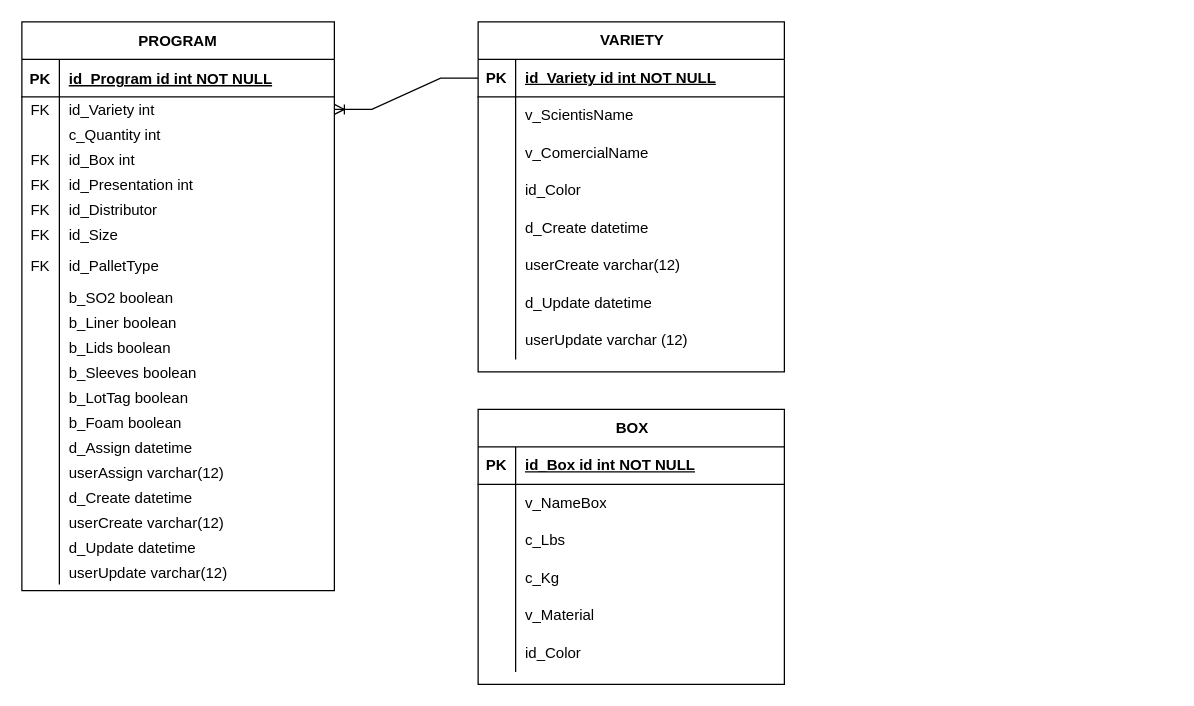
Earlier version of the draw.io diagram DrawIO/DBSisUvex.drawio (OshawkUvex/Diagrams). Source tidied: cells renumbered, new cells numbered last; positions are measured from the earlier drawing's top-left corner, leaving out a move shared by most shapes. Both pictures are drawn from the tidied source at 125%, with x=0, y=0 at pixel (21, 21).
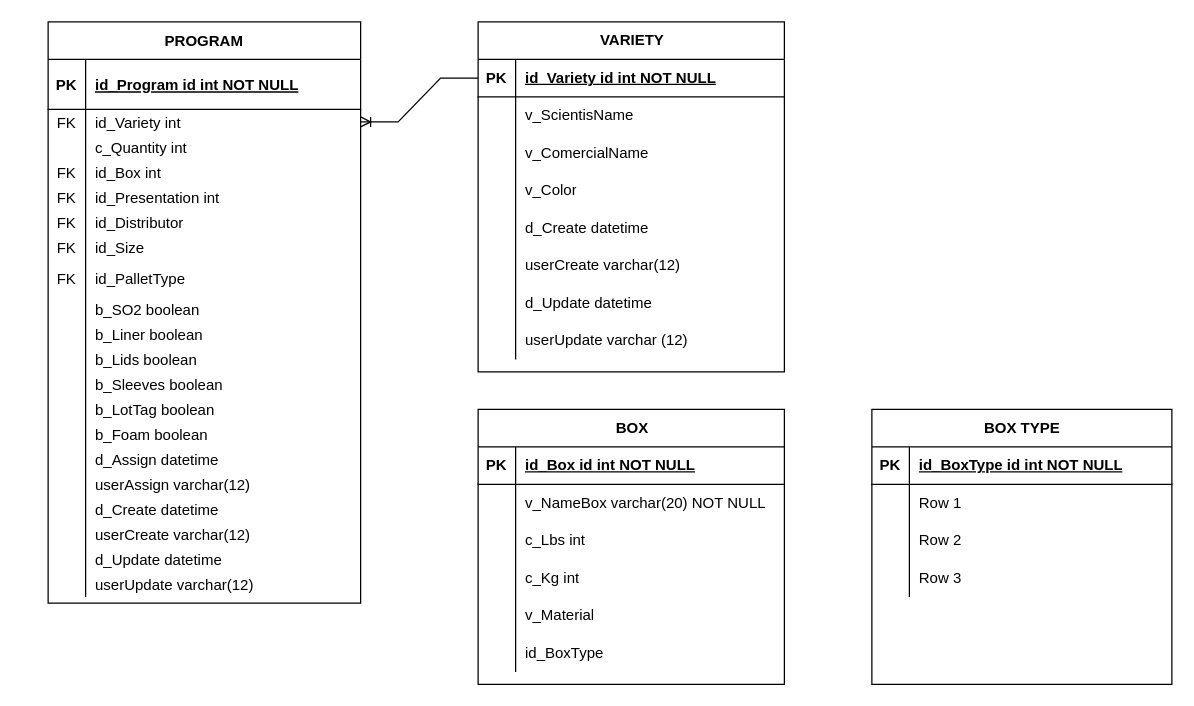
After the change.

Unchanged cells that the change refers to:
```xml
<mxCell id="73" style="shape=tableRow;horizontal=0;startSize=0;swimlaneHead=0;swimlaneBody=0;fillColor=none;top=0;left=0;right=0;bottom=0;" parent="63" vertex="1">
  <mxGeometry y="120" width="245" height="30" as="geometry" />
</mxCell>
<mxCell id="93" style="shape=tableRow;horizontal=0;startSize=0;swimlaneHead=0;swimlaneBody=0;fillColor=none;top=0;left=0;right=0;bottom=0;" parent="89" vertex="1">
  <mxGeometry y="60" width="245" height="30" as="geometry" />
</mxCell>
<mxCell id="96" style="shape=tableRow;horizontal=0;startSize=0;swimlaneHead=0;swimlaneBody=0;fillColor=none;top=0;left=0;right=0;bottom=0;" parent="89" vertex="1">
  <mxGeometry y="90" width="245" height="30" as="geometry" />
</mxCell>
<mxCell id="99" style="shape=tableRow;horizontal=0;startSize=0;swimlaneHead=0;swimlaneBody=0;fillColor=none;top=0;left=0;right=0;bottom=0;" parent="89" vertex="1">
  <mxGeometry y="120" width="245" height="30" as="geometry" />
</mxCell>
<mxCell id="105" style="shape=tableRow;horizontal=0;startSize=0;swimlaneHead=0;swimlaneBody=0;fillColor=none;top=0;left=0;right=0;bottom=0;" parent="89" vertex="1">
  <mxGeometry y="180" width="245" height="30" as="geometry" />
</mxCell>
```

Change to the diagram source:
```diff
@@
     <mxCell id="2" value="PROGRAM" style="shape=table;startSize=30;childLayout=tableLayout;rowLines=0;fontStyle=1;align=center;" parent="1" vertex="1">
-      <mxGeometry width="250" height="455" as="geometry" />
+      <mxGeometry x="21" width="250" height="465" as="geometry" />
     </mxCell>
     <mxCell id="3" style="shape=partialRectangle;fillColor=none;top=0;left=0;right=0;bottom=1;" parent="2" vertex="1">
-      <mxGeometry y="30" width="250" height="30" as="geometry" />
+      <mxGeometry y="30" width="250" height="40" as="geometry" />
     </mxCell>
     <mxCell id="4" value="PK" style="shape=partialRectangle;overflow=hidden;fillColor=none;top=0;left=0;bottom=0;right=0;fontStyle=1;" parent="3" vertex="1">
-      <mxGeometry width="30" height="30" as="geometry" />
+      <mxGeometry width="30" height="40" as="geometry" />
     </mxCell>
     <mxCell id="5" value="id_Program id int NOT NULL" style="shape=partialRectangle;overflow=hidden;fillColor=none;top=0;left=0;bottom=0;right=0;align=left;spacingLeft=6;fontStyle=5;" parent="3" vertex="1">
-      <mxGeometry x="30" width="220" height="30" as="geometry" />
+      <mxGeometry x="30" width="220" height="40" as="geometry" />
     </mxCell>
     <mxCell id="6" style="shape=partialRectangle;fillColor=none;points=[[0,0.5],[1,0.5]];portConstraint=eastwest;top=0;left=0;right=0;bottom=0;" parent="2" vertex="1">
-      <mxGeometry y="60" width="250" height="20" as="geometry" />
+      <mxGeometry y="70" width="250" height="20" as="geometry" />
     </mxCell>
@@
     <mxCell id="9" style="shape=partialRectangle;fillColor=none;top=0;left=0;right=0;bottom=0;" parent="2" vertex="1">
-      <mxGeometry y="80" width="250" height="20" as="geometry" />
+      <mxGeometry y="90" width="250" height="20" as="geometry" />
     </mxCell>
@@
     <mxCell id="12" style="shape=partialRectangle;fillColor=none;top=0;left=0;right=0;bottom=0;" parent="2" vertex="1">
-      <mxGeometry y="100" width="250" height="20" as="geometry" />
+      <mxGeometry y="110" width="250" height="20" as="geometry" />
     </mxCell>
@@
     <mxCell id="15" style="shape=partialRectangle;fillColor=none;top=0;left=0;right=0;bottom=0;" parent="2" vertex="1">
-      <mxGeometry y="120" width="250" height="20" as="geometry" />
+      <mxGeometry y="130" width="250" height="20" as="geometry" />
     </mxCell>
@@
     <mxCell id="18" style="shape=partialRectangle;fillColor=none;top=0;left=0;right=0;bottom=0;" parent="2" vertex="1">
-      <mxGeometry y="140" width="250" height="20" as="geometry" />
+      <mxGeometry y="150" width="250" height="20" as="geometry" />
     </mxCell>
@@
     <mxCell id="21" style="shape=partialRectangle;fillColor=none;top=0;left=0;right=0;bottom=0;" parent="2" vertex="1">
-      <mxGeometry y="160" width="250" height="20" as="geometry" />
+      <mxGeometry y="170" width="250" height="20" as="geometry" />
     </mxCell>
@@
     <mxCell id="24" style="shape=partialRectangle;fillColor=none;top=0;left=0;right=0;bottom=0;" parent="2" vertex="1">
-      <mxGeometry y="180" width="250" height="30" as="geometry" />
+      <mxGeometry y="190" width="250" height="30" as="geometry" />
     </mxCell>
@@
     <mxCell id="27" style="shape=partialRectangle;fillColor=none;top=0;left=0;right=0;bottom=0;" parent="2" vertex="1">
-      <mxGeometry y="210" width="250" height="20" as="geometry" />
+      <mxGeometry y="220" width="250" height="20" as="geometry" />
     </mxCell>
@@
     <mxCell id="30" style="shape=partialRectangle;fillColor=none;top=0;left=0;right=0;bottom=0;" parent="2" vertex="1">
-      <mxGeometry y="230" width="250" height="20" as="geometry" />
+      <mxGeometry y="240" width="250" height="20" as="geometry" />
     </mxCell>
@@
     <mxCell id="33" style="shape=partialRectangle;fillColor=none;top=0;left=0;right=0;bottom=0;" parent="2" vertex="1">
-      <mxGeometry y="250" width="250" height="20" as="geometry" />
+      <mxGeometry y="260" width="250" height="20" as="geometry" />
     </mxCell>
@@
     <mxCell id="36" style="shape=partialRectangle;fillColor=none;top=0;left=0;right=0;bottom=0;" parent="2" vertex="1">
-      <mxGeometry y="270" width="250" height="20" as="geometry" />
+      <mxGeometry y="280" width="250" height="20" as="geometry" />
     </mxCell>
@@
     <mxCell id="39" style="shape=partialRectangle;fillColor=none;top=0;left=0;right=0;bottom=0;" parent="2" vertex="1">
-      <mxGeometry y="290" width="250" height="20" as="geometry" />
+      <mxGeometry y="300" width="250" height="20" as="geometry" />
     </mxCell>
@@
     <mxCell id="42" style="shape=partialRectangle;fillColor=none;top=0;left=0;right=0;bottom=0;" parent="2" vertex="1">
-      <mxGeometry y="310" width="250" height="20" as="geometry" />
+      <mxGeometry y="320" width="250" height="20" as="geometry" />
     </mxCell>
@@
     <mxCell id="45" style="shape=partialRectangle;fillColor=none;top=0;left=0;right=0;bottom=0;" parent="2" vertex="1">
-      <mxGeometry y="330" width="250" height="20" as="geometry" />
+      <mxGeometry y="340" width="250" height="20" as="geometry" />
     </mxCell>
@@
     <mxCell id="48" style="shape=partialRectangle;fillColor=none;top=0;left=0;right=0;bottom=0;" parent="2" vertex="1">
-      <mxGeometry y="350" width="250" height="20" as="geometry" />
+      <mxGeometry y="360" width="250" height="20" as="geometry" />
     </mxCell>
@@
     <mxCell id="51" style="shape=partialRectangle;fillColor=none;top=0;left=0;right=0;bottom=0;" parent="2" vertex="1">
-      <mxGeometry y="370" width="250" height="20" as="geometry" />
+      <mxGeometry y="380" width="250" height="20" as="geometry" />
     </mxCell>
@@
     <mxCell id="54" style="shape=partialRectangle;fillColor=none;top=0;left=0;right=0;bottom=0;" parent="2" vertex="1">
-      <mxGeometry y="390" width="250" height="20" as="geometry" />
+      <mxGeometry y="400" width="250" height="20" as="geometry" />
     </mxCell>
@@
     <mxCell id="57" style="shape=partialRectangle;fillColor=none;top=0;left=0;right=0;bottom=0;" parent="2" vertex="1">
-      <mxGeometry y="410" width="250" height="20" as="geometry" />
+      <mxGeometry y="420" width="250" height="20" as="geometry" />
     </mxCell>
@@
     <mxCell id="60" style="shape=partialRectangle;fillColor=none;top=0;left=0;right=0;bottom=0;" parent="2" vertex="1">
-      <mxGeometry y="430" width="250" height="20" as="geometry" />
+      <mxGeometry y="440" width="250" height="20" as="geometry" />
     </mxCell>
@@
-    <mxCell id="75" value="id_Color" style="shape=partialRectangle;fillColor=none;top=0;left=0;bottom=0;right=0;align=left;spacingLeft=6;overflow=hidden;whiteSpace=wrap;html=1;" parent="73" vertex="1">
+    <mxCell id="75" value="v_Color" style="shape=partialRectangle;fillColor=none;top=0;left=0;bottom=0;right=0;align=left;spacingLeft=6;overflow=hidden;whiteSpace=wrap;html=1;" parent="73" vertex="1">
       <mxGeometry x="30" width="215" height="30" as="geometry" />
     </mxCell>
@@
-    <mxCell id="95" value="v_NameBox" style="shape=partialRectangle;fillColor=none;top=0;left=0;bottom=0;right=0;align=left;spacingLeft=6;overflow=hidden;whiteSpace=wrap;html=1;" parent="93" vertex="1">
+    <mxCell id="95" value="v_NameBox varchar(20) NOT NULL" style="shape=partialRectangle;fillColor=none;top=0;left=0;bottom=0;right=0;align=left;spacingLeft=6;overflow=hidden;whiteSpace=wrap;html=1;" parent="93" vertex="1">
       <mxGeometry x="30" width="215" height="30" as="geometry" />
     </mxCell>
@@
-    <mxCell id="98" value="c_Lbs" style="shape=partialRectangle;fillColor=none;top=0;left=0;bottom=0;right=0;align=left;spacingLeft=6;overflow=hidden;whiteSpace=wrap;html=1;" parent="96" vertex="1">
+    <mxCell id="98" value="c_Lbs int" style="shape=partialRectangle;fillColor=none;top=0;left=0;bottom=0;right=0;align=left;spacingLeft=6;overflow=hidden;whiteSpace=wrap;html=1;" parent="96" vertex="1">
       <mxGeometry x="30" width="215" height="30" as="geometry" />
     </mxCell>
@@
-    <mxCell id="101" value="c_Kg" style="shape=partialRectangle;fillColor=none;top=0;left=0;bottom=0;right=0;align=left;spacingLeft=6;overflow=hidden;whiteSpace=wrap;html=1;" parent="99" vertex="1">
+    <mxCell id="101" value="c_Kg int" style="shape=partialRectangle;fillColor=none;top=0;left=0;bottom=0;right=0;align=left;spacingLeft=6;overflow=hidden;whiteSpace=wrap;html=1;" parent="99" vertex="1">
       <mxGeometry x="30" width="215" height="30" as="geometry" />
     </mxCell>
@@
-    <mxCell id="107" value="id_Color" style="shape=partialRectangle;fillColor=none;top=0;left=0;bottom=0;right=0;align=left;spacingLeft=6;overflow=hidden;whiteSpace=wrap;html=1;" parent="105" vertex="1">
+    <mxCell id="107" value="id_BoxType" style="shape=partialRectangle;fillColor=none;top=0;left=0;bottom=0;right=0;align=left;spacingLeft=6;overflow=hidden;whiteSpace=wrap;html=1;" parent="105" vertex="1">
       <mxGeometry x="30" width="215" height="30" as="geometry" />
     </mxCell>
+    <mxCell id="108" value="BOX TYPE" style="shape=table;startSize=30;childLayout=tableLayout;rowLines=0;fontStyle=1;align=center;html=1;" parent="1" vertex="1">
+      <mxGeometry x="680" y="310" width="240" height="220" as="geometry" />
+    </mxCell>
+    <mxCell id="109" style="shape=tableRow;horizontal=0;startSize=0;swimlaneHead=0;swimlaneBody=0;fillColor=none;top=0;left=0;right=0;bottom=1;" parent="108" vertex="1">
+      <mxGeometry y="30" width="240" height="30" as="geometry" />
+    </mxCell>
+    <mxCell id="110" value="PK" style="shape=partialRectangle;fillColor=none;top=0;left=0;bottom=0;right=0;fontStyle=1;overflow=hidden;whiteSpace=wrap;html=1;" parent="109" vertex="1">
+      <mxGeometry width="30" height="30" as="geometry" />
+    </mxCell>
+    <mxCell id="111" value="id_BoxType id int NOT NULL" style="shape=partialRectangle;fillColor=none;top=0;left=0;bottom=0;right=0;align=left;spacingLeft=6;fontStyle=5;overflow=hidden;whiteSpace=wrap;html=1;" parent="109" vertex="1">
+      <mxGeometry x="30" width="210" height="30" as="geometry" />
+    </mxCell>
+    <mxCell id="112" style="shape=tableRow;horizontal=0;startSize=0;swimlaneHead=0;swimlaneBody=0;fillColor=none;top=0;left=0;right=0;bottom=0;" parent="108" vertex="1">
+      <mxGeometry y="60" width="240" height="30" as="geometry" />
+    </mxCell>
+    <mxCell id="113" style="shape=partialRectangle;fillColor=none;top=0;left=0;bottom=0;right=0;overflow=hidden;whiteSpace=wrap;html=1;" parent="112" vertex="1">
+      <mxGeometry width="30" height="30" as="geometry" />
+    </mxCell>
+    <mxCell id="114" value="Row 1" style="shape=partialRectangle;fillColor=none;top=0;left=0;bottom=0;right=0;align=left;spacingLeft=6;overflow=hidden;whiteSpace=wrap;html=1;" parent="112" vertex="1">
+      <mxGeometry x="30" width="210" height="30" as="geometry" />
+    </mxCell>
+    <mxCell id="115" style="shape=tableRow;horizontal=0;startSize=0;swimlaneHead=0;swimlaneBody=0;fillColor=none;top=0;left=0;right=0;bottom=0;" parent="108" vertex="1">
+      <mxGeometry y="90" width="240" height="30" as="geometry" />
+    </mxCell>
+    <mxCell id="116" style="shape=partialRectangle;fillColor=none;top=0;left=0;bottom=0;right=0;overflow=hidden;whiteSpace=wrap;html=1;" parent="115" vertex="1">
+      <mxGeometry width="30" height="30" as="geometry" />
+    </mxCell>
+    <mxCell id="117" value="Row 2" style="shape=partialRectangle;fillColor=none;top=0;left=0;bottom=0;right=0;align=left;spacingLeft=6;overflow=hidden;whiteSpace=wrap;html=1;" parent="115" vertex="1">
+      <mxGeometry x="30" width="210" height="30" as="geometry" />
+    </mxCell>
+    <mxCell id="118" style="shape=tableRow;horizontal=0;startSize=0;swimlaneHead=0;swimlaneBody=0;fillColor=none;top=0;left=0;right=0;bottom=0;" parent="108" vertex="1">
+      <mxGeometry y="120" width="240" height="30" as="geometry" />
+    </mxCell>
+    <mxCell id="119" style="shape=partialRectangle;fillColor=none;top=0;left=0;bottom=0;right=0;overflow=hidden;whiteSpace=wrap;html=1;" parent="118" vertex="1">
+      <mxGeometry width="30" height="30" as="geometry" />
+    </mxCell>
+    <mxCell id="120" value="Row 3" style="shape=partialRectangle;fillColor=none;top=0;left=0;bottom=0;right=0;align=left;spacingLeft=6;overflow=hidden;whiteSpace=wrap;html=1;" parent="118" vertex="1">
+      <mxGeometry x="30" width="210" height="30" as="geometry" />
+    </mxCell>
```
